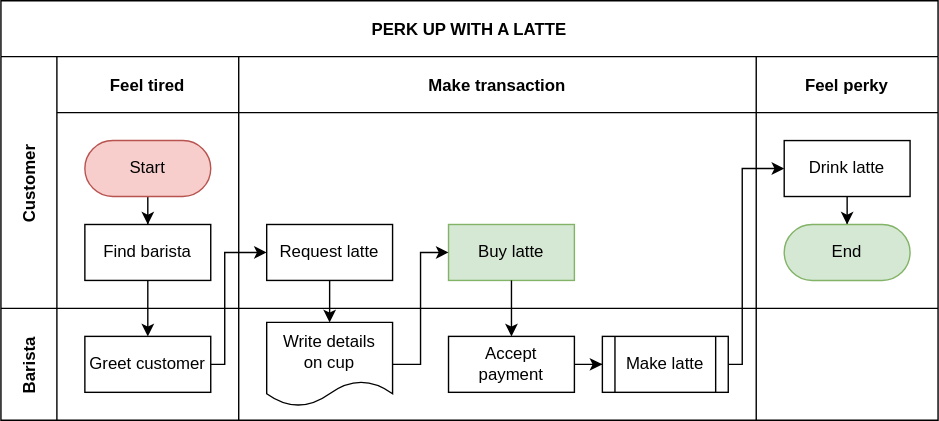
Earlier version of the draw.io export Wikitest.drawio.svg (ASparwasser/WikiTest). Source tidied: cells renumbered, new cells last; positions are measured from the earlier drawing's top-left corner, leaving out a move shared by most shapes.
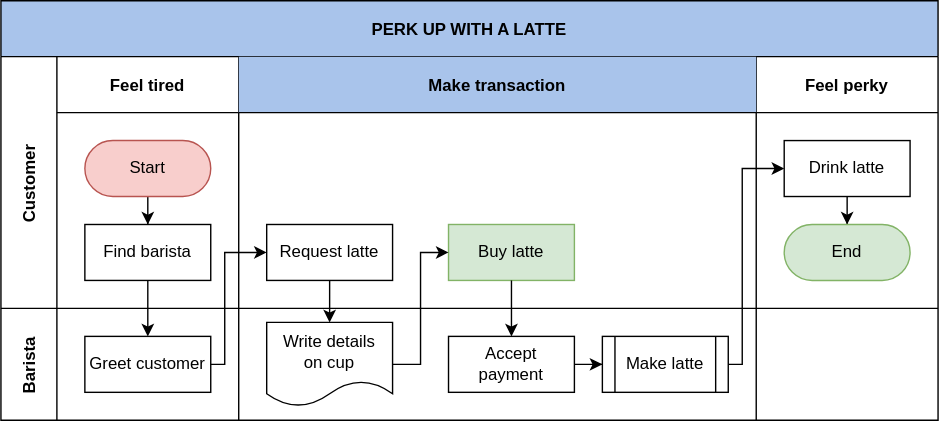
Above is the later version.

Commit message:
Update Wikitest.drawio.svg make sth blue

Change to the diagram source:
```diff
@@ -2,7 +2,7 @@
   <root>
     <mxCell id="0" />
     <mxCell id="1" parent="0" />
-    <mxCell id="2" value="PERK UP WITH A LATTE" style="shape=table;startSize=40;fillColor=none;fontStyle=1;" parent="1" vertex="1">
+    <mxCell id="2" value="PERK UP WITH A LATTE" style="shape=table;startSize=40;fillColor=#A9C4EB;fontStyle=1;" parent="1" vertex="1">
       <mxGeometry width="670" height="300" as="geometry" />
     </mxCell>
     <mxCell id="3" style="edgeStyle=orthogonalEdgeStyle;rounded=0;jettySize=auto;html=1;" parent="2" edge="1" source="8" target="18">
@@ -23,7 +23,7 @@
     <mxCell id="8" value="Find barista" style="rounded=0;whiteSpace=wrap;html=1;" parent="5" vertex="1">
       <mxGeometry x="20" y="120" width="90" height="40" as="geometry" />
     </mxCell>
-    <mxCell id="9" value="Make transaction" style="swimlane;swimlaneHead=0;swimlaneBody=0;fillColor=none;startSize=40;fontStyle=1;" parent="4" vertex="1">
+    <mxCell id="9" value="Make transaction" style="swimlane;swimlaneHead=0;swimlaneBody=0;fillColor=#A9C4EB;startSize=40;fontStyle=1;" parent="4" vertex="1">
       <mxGeometry x="170" width="370" height="180" as="geometry" />
     </mxCell>
     <mxCell id="10" value="Request latte" style="rounded=0;whiteSpace=wrap;html=1;" parent="9" vertex="1">
```
